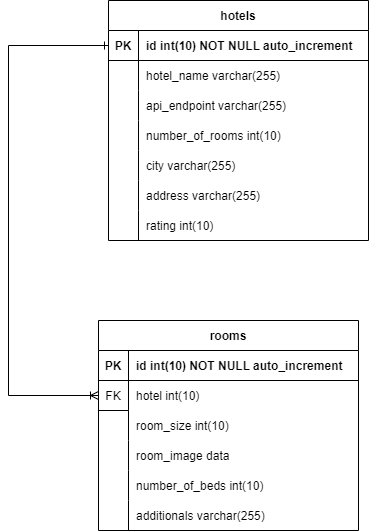
Before: database/db_relations/acces_point_relations_db.png, a diagram exported from draw.io (DawidBogon/HotelBookingApp). Source tidied: cells renumbered, new cells last; positions are measured from the earlier drawing's top-left corner, leaving out a move shared by most shapes.
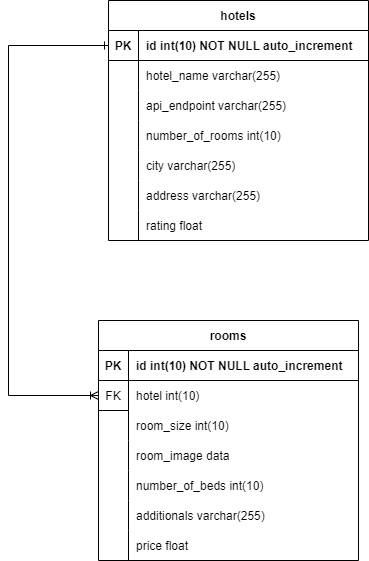
After the change.

Commit message:
Fix database schemas

Change to the diagram source:
```diff
@@ -1,4 +1,4 @@
-<mxGraphModel>
+<mxGraphModel background="#ffffff">
   <root>
     <mxCell id="0" />
     <mxCell id="1" parent="0" />
@@ -65,11 +65,11 @@
     <mxCell id="22" style="shape=partialRectangle;fillColor=none;top=0;left=0;bottom=0;right=0;overflow=hidden;" parent="21" vertex="1">
       <mxGeometry width="30" height="30" as="geometry" />
     </mxCell>
-    <mxCell id="23" value="rating int(10)" style="shape=partialRectangle;fillColor=none;top=0;left=0;bottom=0;right=0;align=left;spacingLeft=6;overflow=hidden;" parent="21" vertex="1">
+    <mxCell id="23" value="rating float" style="shape=partialRectangle;fillColor=none;top=0;left=0;bottom=0;right=0;align=left;spacingLeft=6;overflow=hidden;" parent="21" vertex="1">
       <mxGeometry x="30" width="230" height="30" as="geometry" />
     </mxCell>
     <mxCell id="24" value="rooms" style="shape=table;startSize=30;rowLines=0;fontStyle=1;align=center;" parent="1" vertex="1">
-      <mxGeometry x="90" y="320" width="260" height="210" as="geometry" />
+      <mxGeometry x="90" y="320" width="260" height="240" as="geometry" />
     </mxCell>
     <mxCell id="25" style="shape=tableRow;horizontal=0;startSize=0;swimlaneHead=0;swimlaneBody=0;fillColor=none;top=0;left=0;right=0;bottom=1;" parent="24" vertex="1">
       <mxGeometry y="30" width="260" height="30" as="geometry" />
@@ -125,6 +125,15 @@
     <mxCell id="42" value="additionals varchar(255)" style="shape=partialRectangle;fillColor=none;top=0;left=0;bottom=0;right=0;align=left;spacingLeft=6;overflow=hidden;" parent="40" vertex="1">
       <mxGeometry x="30" width="230" height="30" as="geometry" />
     </mxCell>
+    <mxCell id="45" style="shape=tableRow;horizontal=0;startSize=0;swimlaneHead=0;swimlaneBody=0;fillColor=none;top=0;left=0;right=0;bottom=0;" parent="24" vertex="1">
+      <mxGeometry y="210" width="260" height="30" as="geometry" />
+    </mxCell>
+    <mxCell id="46" style="shape=partialRectangle;fillColor=none;top=0;left=0;bottom=0;right=0;overflow=hidden;" parent="45" vertex="1">
+      <mxGeometry width="30" height="30" as="geometry" />
+    </mxCell>
+    <mxCell id="47" value="price float" style="shape=partialRectangle;fillColor=none;top=0;left=0;bottom=0;right=0;align=left;spacingLeft=6;overflow=hidden;" parent="45" vertex="1">
+      <mxGeometry x="30" width="230" height="30" as="geometry" />
+    </mxCell>
     <mxCell id="43" style="endArrow=none;html=1;rounded=0;" parent="24" edge="1">
       <mxGeometry relative="1" as="geometry">
         <mxPoint y="90" as="sourcePoint" />
```
